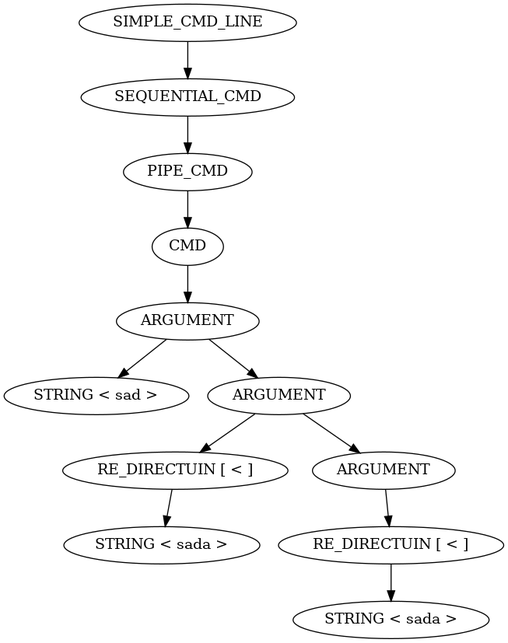
This is parser.png from Glimbyte/exoshell, a Graphviz export, as it was before one commit. Its source is kept beside it as parser.dot. Source of this version:
```dot
digraph PARSER {
	NODE_0x55e0e4f09cc0 [label="SIMPLE_CMD_LINE\n"];
	NODE_0x55e0e4f09cc0 -> NODE_0x55e0e4f09c90
	NODE_0x55e0e4f09c90 [label="SEQUENTIAL_CMD\n"];
	NODE_0x55e0e4f09c90 -> NODE_0x55e0e4f09c60
	NODE_0x55e0e4f09c60 [label="PIPE_CMD\n"];
	NODE_0x55e0e4f09c60 -> NODE_0x55e0e4f09c30
	NODE_0x55e0e4f09c30 [label="CMD\n"];
	NODE_0x55e0e4f09c30 -> NODE_0x55e0e4f09c00
	NODE_0x55e0e4f09c00 [label="ARGUMENT\n"];
	NODE_0x55e0e4f09c00 -> NODE_0x55e0e4f09bd0
	NODE_0x55e0e4f09bd0 [label="STRING < sd >\n"];
}
```
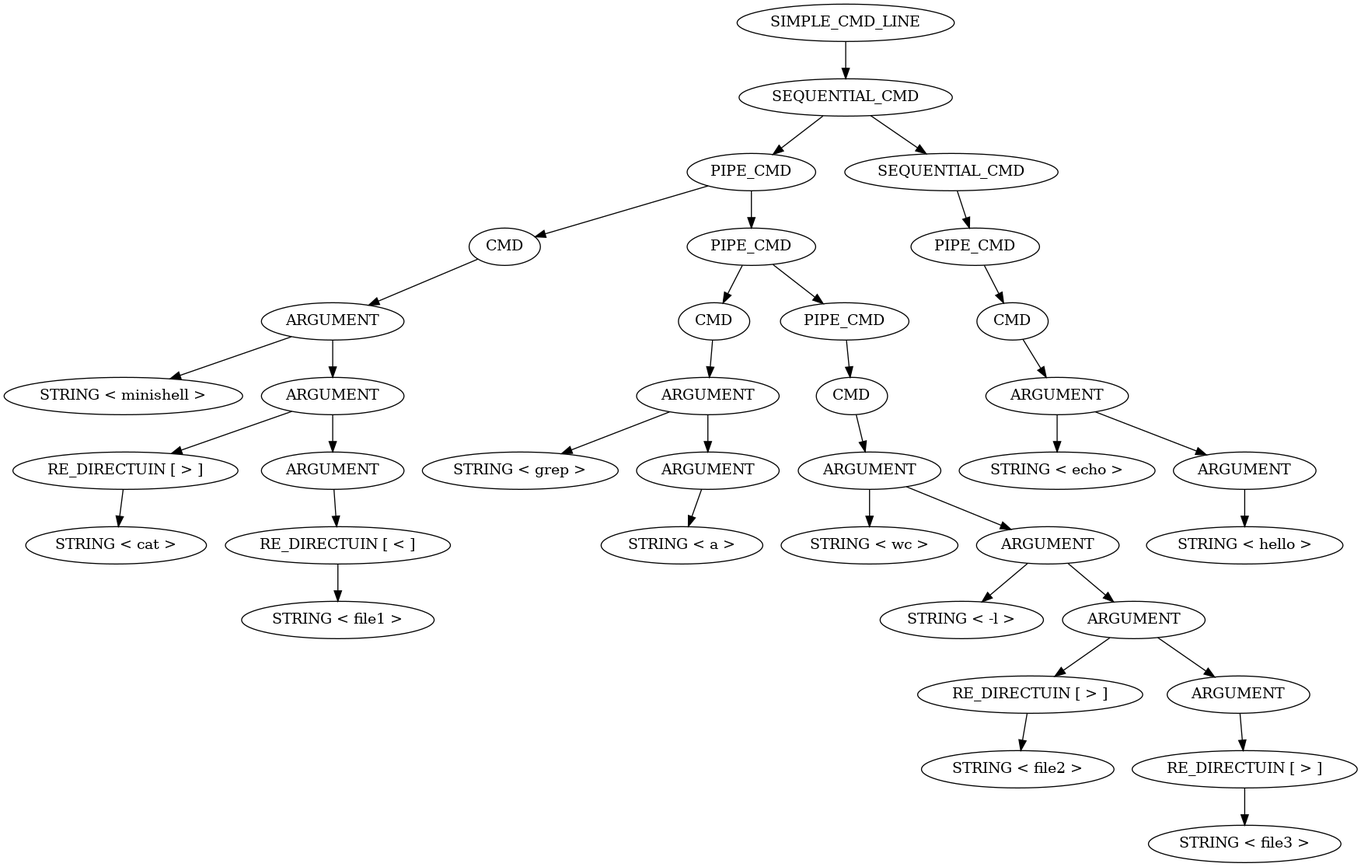
After the commit.

The edit, as a diff of the source:
```diff
@@ -1,13 +1,75 @@
 digraph PARSER {
-	NODE_0x55e0e4f09cc0 [label="SIMPLE_CMD_LINE\n"];
-	NODE_0x55e0e4f09cc0 -> NODE_0x55e0e4f09c90
-	NODE_0x55e0e4f09c90 [label="SEQUENTIAL_CMD\n"];
-	NODE_0x55e0e4f09c90 -> NODE_0x55e0e4f09c60
-	NODE_0x55e0e4f09c60 [label="PIPE_CMD\n"];
-	NODE_0x55e0e4f09c60 -> NODE_0x55e0e4f09c30
-	NODE_0x55e0e4f09c30 [label="CMD\n"];
-	NODE_0x55e0e4f09c30 -> NODE_0x55e0e4f09c00
-	NODE_0x55e0e4f09c00 [label="ARGUMENT\n"];
-	NODE_0x55e0e4f09c00 -> NODE_0x55e0e4f09bd0
-	NODE_0x55e0e4f09bd0 [label="STRING < sd >\n"];
+	NODE_0x55ed614d01c0 [label="SIMPLE_CMD_LINE\n"];
+	NODE_0x55ed614d01c0 -> NODE_0x55ed614d0040
+	NODE_0x55ed614d0040 [label="SEQUENTIAL_CMD\n"];
+	NODE_0x55ed614d0040 -> NODE_0x55ed614cfcb0
+	NODE_0x55ed614d0040 -> NODE_0x55ed614d0190
+	NODE_0x55ed614cfcb0 [label="PIPE_CMD\n"];
+	NODE_0x55ed614cfcb0 -> NODE_0x55ed614cfc80
+	NODE_0x55ed614cfcb0 -> NODE_0x55ed614cfdd0
+	NODE_0x55ed614cfc80 [label="CMD\n"];
+	NODE_0x55ed614cfc80 -> NODE_0x55ed614cfc50
+	NODE_0x55ed614cfc50 [label="ARGUMENT\n"];
+	NODE_0x55ed614cfc50 -> NODE_0x55ed614cfb00
+	NODE_0x55ed614cfc50 -> NODE_0x55ed614cfc20
+	NODE_0x55ed614cfb00 [label="STRING < minishell >\n"];
+	NODE_0x55ed614cfc20 [label="ARGUMENT\n"];
+	NODE_0x55ed614cfc20 -> NODE_0x55ed614cfb30
+	NODE_0x55ed614cfc20 -> NODE_0x55ed614cfbf0
+	NODE_0x55ed614cfb30 [label="RE_DIRECTUIN [ > ]\n"];
+	NODE_0x55ed614cfb30 -> NODE_0x55ed614cfb60
+	NODE_0x55ed614cfb60 [label="STRING < cat >\n"];
+	NODE_0x55ed614cfbf0 [label="ARGUMENT\n"];
+	NODE_0x55ed614cfbf0 -> NODE_0x55ed614cfb90
+	NODE_0x55ed614cfb90 [label="RE_DIRECTUIN [ < ]\n"];
+	NODE_0x55ed614cfb90 -> NODE_0x55ed614cfbc0
+	NODE_0x55ed614cfbc0 [label="STRING < file1 >\n"];
+	NODE_0x55ed614cfdd0 [label="PIPE_CMD\n"];
+	NODE_0x55ed614cfdd0 -> NODE_0x55ed614cfda0
+	NODE_0x55ed614cfdd0 -> NODE_0x55ed614d0010
+	NODE_0x55ed614cfda0 [label="CMD\n"];
+	NODE_0x55ed614cfda0 -> NODE_0x55ed614cfd70
+	NODE_0x55ed614cfd70 [label="ARGUMENT\n"];
+	NODE_0x55ed614cfd70 -> NODE_0x55ed614cfce0
+	NODE_0x55ed614cfd70 -> NODE_0x55ed614cfd40
+	NODE_0x55ed614cfce0 [label="STRING < grep >\n"];
+	NODE_0x55ed614cfd40 [label="ARGUMENT\n"];
+	NODE_0x55ed614cfd40 -> NODE_0x55ed614cfd10
+	NODE_0x55ed614cfd10 [label="STRING < a >\n"];
+	NODE_0x55ed614d0010 [label="PIPE_CMD\n"];
+	NODE_0x55ed614d0010 -> NODE_0x55ed614cffe0
+	NODE_0x55ed614cffe0 [label="CMD\n"];
+	NODE_0x55ed614cffe0 -> NODE_0x55ed614cffb0
+	NODE_0x55ed614cffb0 [label="ARGUMENT\n"];
+	NODE_0x55ed614cffb0 -> NODE_0x55ed614cfe00
+	NODE_0x55ed614cffb0 -> NODE_0x55ed614cff80
+	NODE_0x55ed614cfe00 [label="STRING < wc >\n"];
+	NODE_0x55ed614cff80 [label="ARGUMENT\n"];
+	NODE_0x55ed614cff80 -> NODE_0x55ed614cfe30
+	NODE_0x55ed614cff80 -> NODE_0x55ed614cff50
+	NODE_0x55ed614cfe30 [label="STRING < -l >\n"];
+	NODE_0x55ed614cff50 [label="ARGUMENT\n"];
+	NODE_0x55ed614cff50 -> NODE_0x55ed614cfe60
+	NODE_0x55ed614cff50 -> NODE_0x55ed614cff20
+	NODE_0x55ed614cfe60 [label="RE_DIRECTUIN [ > ]\n"];
+	NODE_0x55ed614cfe60 -> NODE_0x55ed614cfe90
+	NODE_0x55ed614cfe90 [label="STRING < file2 >\n"];
+	NODE_0x55ed614cff20 [label="ARGUMENT\n"];
+	NODE_0x55ed614cff20 -> NODE_0x55ed614cfec0
+	NODE_0x55ed614cfec0 [label="RE_DIRECTUIN [ > ]\n"];
+	NODE_0x55ed614cfec0 -> NODE_0x55ed614cfef0
+	NODE_0x55ed614cfef0 [label="STRING < file3 >\n"];
+	NODE_0x55ed614d0190 [label="SEQUENTIAL_CMD\n"];
+	NODE_0x55ed614d0190 -> NODE_0x55ed614d0160
+	NODE_0x55ed614d0160 [label="PIPE_CMD\n"];
+	NODE_0x55ed614d0160 -> NODE_0x55ed614d0130
+	NODE_0x55ed614d0130 [label="CMD\n"];
+	NODE_0x55ed614d0130 -> NODE_0x55ed614d0100
+	NODE_0x55ed614d0100 [label="ARGUMENT\n"];
+	NODE_0x55ed614d0100 -> NODE_0x55ed614d0070
+	NODE_0x55ed614d0100 -> NODE_0x55ed614d00d0
+	NODE_0x55ed614d0070 [label="STRING < echo >\n"];
+	NODE_0x55ed614d00d0 [label="ARGUMENT\n"];
+	NODE_0x55ed614d00d0 -> NODE_0x55ed614d00a0
+	NODE_0x55ed614d00a0 [label="STRING < hello >\n"];
 }
```
